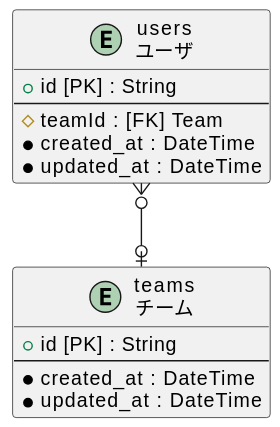
Before: images/erd.svg, a diagram exported from PlantUML (dbgso/asciidoc-publish-ghpages).
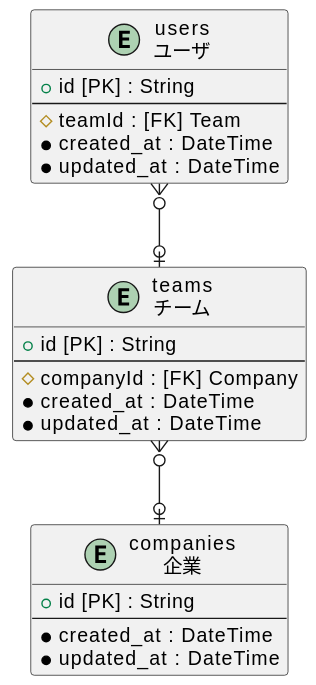
After the commit.

Diff of the diagram source:
```diff
@@ -11,9 +11,18 @@
 entity "teams\nチーム" as Team {
 + id [PK] : String
 --
+  # companyId : [FK] Company
+  * created_at : DateTime
+  * updated_at : DateTime
+}
+
+entity "companies\n企業" as Company {
++ id [PK] : String
+--
   * created_at : DateTime
   * updated_at : DateTime
 }
 
 User }o--o| Team
+Team }o--o| Company
 @enduml
```
